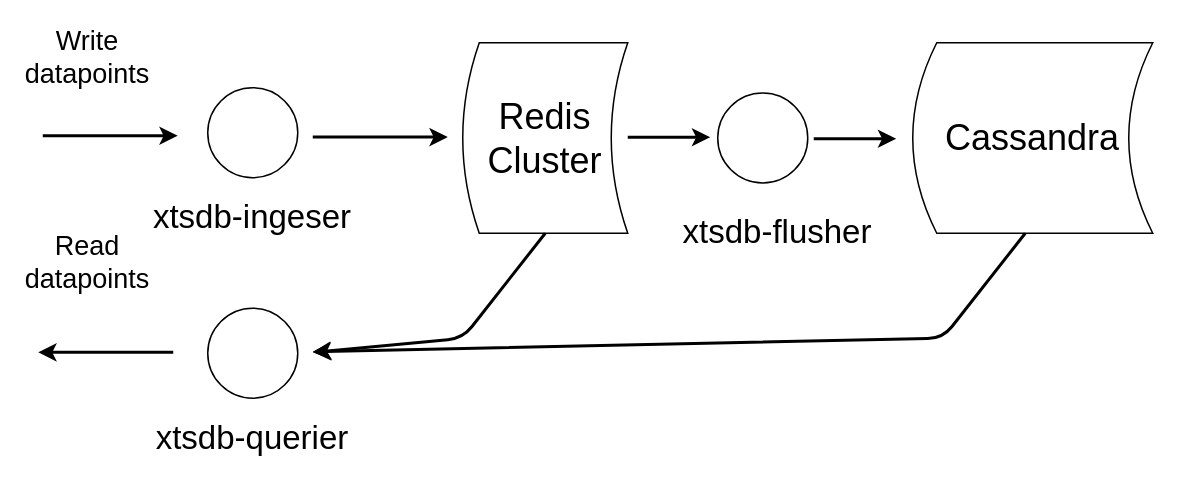
Earlier version of the draw.io diagram docs/images/architecture.drawio (yuuki/xtsdb). Source tidied: cells renumbered, new cells numbered last; positions are measured from the earlier drawing's top-left corner, leaving out a move shared by most shapes. Both pictures are drawn from the tidied source at 150%, with x=0, y=0 at pixel (38, 42).
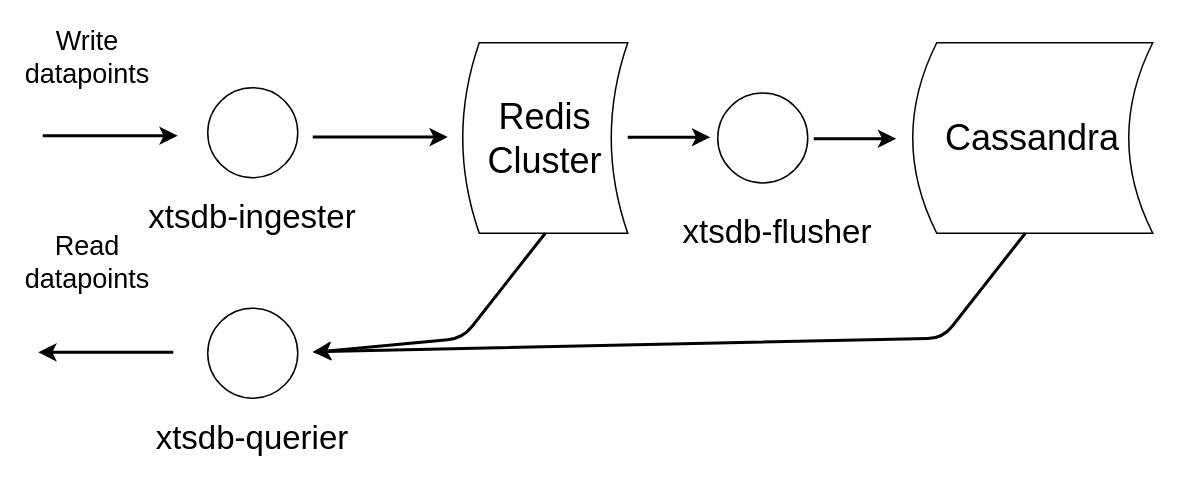
The same page after the edit.

Commit message (it also covers changes not shown here):
[doc] Fix the typo of the architecture diagram

What changed in the source:
```diff
@@
-    <mxCell id="3" value="&lt;font style=&quot;font-size: 22px&quot;&gt;xtsdb-ingeser&lt;/font&gt;" style="text;html=1;strokeColor=none;fillColor=none;align=center;verticalAlign=middle;whiteSpace=wrap;rounded=0;" parent="1" vertex="1">
+    <mxCell id="3" value="&lt;font style=&quot;font-size: 22px&quot;&gt;xtsdb-ingester&lt;/font&gt;" style="text;html=1;strokeColor=none;fillColor=none;align=center;verticalAlign=middle;whiteSpace=wrap;rounded=0;" parent="1" vertex="1">
       <mxGeometry x="43" y="107" width="200" height="20" as="geometry" />
     </mxCell>
```
